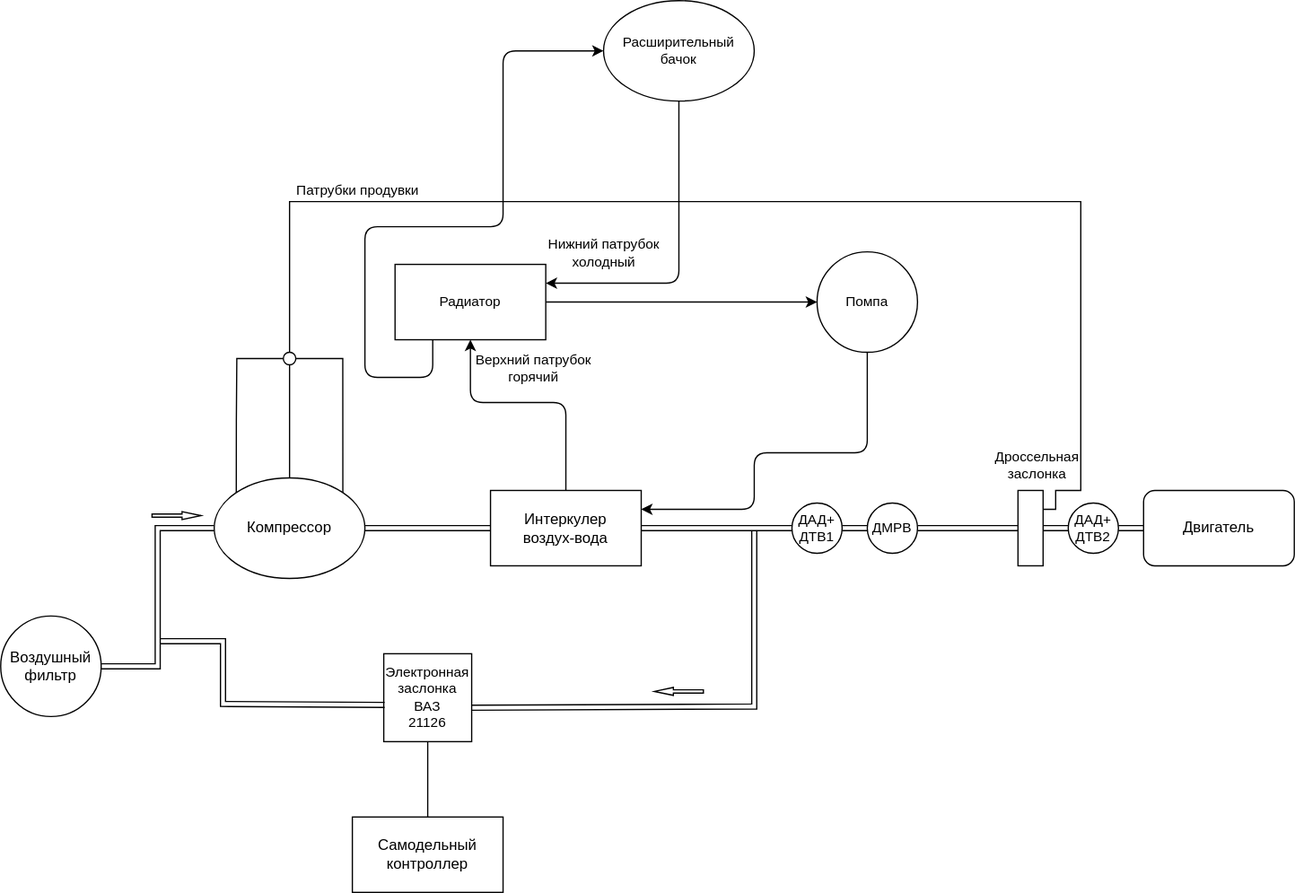
Before: parts_scheme.drawio.svg, a diagram exported from draw.io (kak-tus/compressor). Source tidied: cells renumbered, new cells last; positions are measured from the earlier drawing's top-left corner, leaving out a move shared by most shapes.
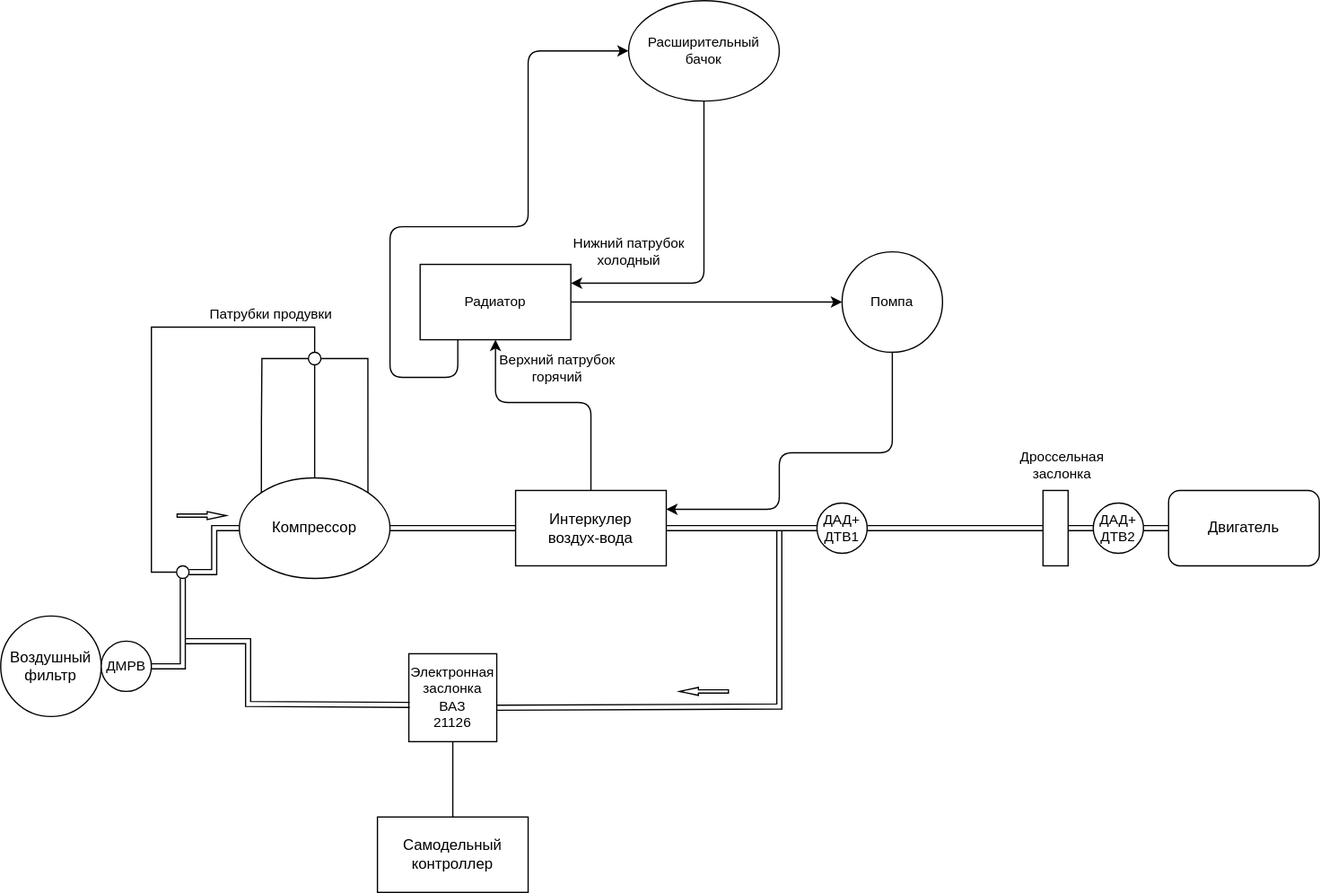
The same diagram one commit later.

Commit message:
Actual parts scheme (as pipes).

Change to the diagram source:
```diff
@@ -2,11 +2,11 @@
   <root>
     <mxCell id="0" />
     <mxCell id="1" parent="0" />
-    <mxCell id="2" style="edgeStyle=orthogonalEdgeStyle;rounded=0;jettySize=auto;html=1;exitX=1;exitY=0.5;exitDx=0;exitDy=0;entryX=0;entryY=0.5;entryDx=0;entryDy=0;endArrow=none;endFill=0;shape=link;strokeWidth=1;" parent="1" edge="1" source="3" target="8">
+    <mxCell id="2" style="edgeStyle=orthogonalEdgeStyle;rounded=0;jettySize=auto;html=1;exitX=1;exitY=0.5;exitDx=0;exitDy=0;entryX=0;entryY=0.5;entryDx=0;entryDy=0;endArrow=none;endFill=0;shape=link;strokeWidth=1;startArrow=none;" parent="1" edge="1" source="42" target="8">
       <mxGeometry relative="1" as="geometry" />
     </mxCell>
     <mxCell id="3" value="Воздушный фильтр" style="ellipse;whiteSpace=wrap;html=1;" parent="1" vertex="1">
-      <mxGeometry y="490" width="80" height="80" as="geometry" />
+      <mxGeometry x="-20" y="490" width="80" height="80" as="geometry" />
     </mxCell>
     <mxCell id="4" style="edgeStyle=orthogonalEdgeStyle;shape=link;rounded=0;jettySize=auto;html=1;exitX=1;exitY=0.5;exitDx=0;exitDy=0;entryX=0;entryY=0.5;entryDx=0;entryDy=0;labelBackgroundColor=default;strokeColor=default;strokeWidth=1;fontFamily=Helvetica;fontSize=11;fontColor=default;endArrow=none;endFill=0;" parent="1" edge="1" source="8" target="12">
       <mxGeometry relative="1" as="geometry" />
@@ -50,9 +50,6 @@
     <mxCell id="13" value="Двигатель" style="rounded=1;whiteSpace=wrap;html=1;" parent="1" vertex="1">
       <mxGeometry x="910" y="390" width="120" height="60" as="geometry" />
     </mxCell>
-    <mxCell id="14" style="edgeStyle=orthogonalEdgeStyle;shape=link;rounded=0;jettySize=auto;html=1;entryX=0;entryY=0.5;entryDx=0;entryDy=0;labelBackgroundColor=default;strokeColor=default;strokeWidth=1;fontFamily=Helvetica;fontSize=11;fontColor=default;endArrow=none;endFill=0;exitX=1;exitY=0.5;exitDx=0;exitDy=0;" parent="1" edge="1" source="25" target="37">
-      <mxGeometry relative="1" as="geometry" />
-    </mxCell>
     <mxCell id="15" style="rounded=0;whiteSpace=wrap;html=1;fontFamily=Helvetica;fontSize=11;fontColor=default;" parent="1" vertex="1">
       <mxGeometry x="810" y="390" width="20" height="60" as="geometry" />
     </mxCell>
@@ -97,7 +94,7 @@
     <mxCell id="23" value="Самодельный контроллер" style="rounded=0;whiteSpace=wrap;html=1;" parent="1" vertex="1">
       <mxGeometry x="280" y="650" width="120" height="60" as="geometry" />
     </mxCell>
-    <mxCell id="24" style="edgeStyle=orthogonalEdgeStyle;shape=link;rounded=0;jettySize=auto;html=1;exitX=1;exitY=0.5;exitDx=0;exitDy=0;labelBackgroundColor=default;strokeColor=default;strokeWidth=1;fontFamily=Helvetica;fontSize=11;fontColor=default;endArrow=none;endFill=0;entryX=0;entryY=0.5;entryDx=0;entryDy=0;" parent="1" edge="1" source="37" target="15">
+    <mxCell id="24" style="edgeStyle=orthogonalEdgeStyle;shape=link;rounded=0;jettySize=auto;html=1;exitX=1;exitY=0.5;exitDx=0;exitDy=0;labelBackgroundColor=default;strokeColor=default;strokeWidth=1;fontFamily=Helvetica;fontSize=11;fontColor=default;endArrow=none;endFill=0;entryX=0;entryY=0.5;entryDx=0;entryDy=0;" parent="1" edge="1" source="25" target="15">
       <mxGeometry relative="1" as="geometry" />
     </mxCell>
     <mxCell id="25" value="ДАД+&lt;br&gt;ДТВ1" style="ellipse;whiteSpace=wrap;html=1;fontFamily=Helvetica;fontSize=11;fontColor=default;" parent="1" vertex="1">
@@ -157,18 +154,10 @@
       <mxGeometry relative="1" as="geometry" />
     </mxCell>
     <mxCell id="37" value="ДМРВ" style="ellipse;whiteSpace=wrap;html=1;fontFamily=Helvetica;fontSize=11;fontColor=default;" parent="1" vertex="1">
-      <mxGeometry x="690" y="400" width="40" height="40" as="geometry" />
+      <mxGeometry x="60" y="510" width="40" height="40" as="geometry" />
     </mxCell>
-    <mxCell id="38" style="edgeStyle=orthogonalEdgeStyle;shape=connector;rounded=0;jettySize=auto;html=1;exitX=0.5;exitY=0;exitDx=0;exitDy=0;entryX=1;entryY=0.25;entryDx=0;entryDy=0;labelBackgroundColor=default;strokeColor=default;fontFamily=Helvetica;fontSize=11;fontColor=default;endArrow=none;endFill=0;" parent="1" edge="1" source="40" target="15">
-      <mxGeometry relative="1" as="geometry">
-        <Array as="points">
-          <mxPoint x="230" y="160" />
-          <mxPoint x="860" y="160" />
-          <mxPoint x="860" y="390" />
-          <mxPoint x="840" y="390" />
-          <mxPoint x="840" y="405" />
-        </Array>
-      </mxGeometry>
+    <mxCell id="38" style="edgeStyle=orthogonalEdgeStyle;shape=connector;rounded=0;jettySize=auto;html=1;exitX=0.5;exitY=0;exitDx=0;exitDy=0;labelBackgroundColor=default;strokeColor=default;fontFamily=Helvetica;fontSize=11;fontColor=default;endArrow=none;endFill=0;entryX=0;entryY=0.5;entryDx=0;entryDy=0;" parent="1" edge="1" source="40" target="42">
+      <mxGeometry relative="1" as="geometry" />
     </mxCell>
     <mxCell id="39" value="Патрубки продувки" style="edgeLabel;html=1;align=center;verticalAlign=middle;fontSize=11;fontFamily=Helvetica;fontColor=default;" parent="38" vertex="1">
       <mxGeometry x="-0.67" relative="1" as="geometry">
@@ -178,5 +167,11 @@
     <mxCell id="40" style="ellipse;whiteSpace=wrap;html=1;fontFamily=Helvetica;fontSize=11;fontColor=default;" parent="1" vertex="1">
       <mxGeometry x="225" y="280" width="10" height="10" as="geometry" />
     </mxCell>
+    <mxCell id="41" style="edgeStyle=orthogonalEdgeStyle;rounded=0;jettySize=auto;html=1;entryX=0.5;entryY=1;entryDx=0;entryDy=0;endArrow=none;endFill=0;shape=link;strokeWidth=1;exitX=1;exitY=0.5;exitDx=0;exitDy=0;" parent="1" edge="1" source="37" target="42">
+      <mxGeometry relative="1" as="geometry" />
+    </mxCell>
+    <mxCell id="42" style="ellipse;whiteSpace=wrap;html=1;fontFamily=Helvetica;fontSize=11;fontColor=default;" parent="1" vertex="1">
+      <mxGeometry x="120" y="450" width="10" height="10" as="geometry" />
+    </mxCell>
   </root>
 </mxGraphModel>
```
